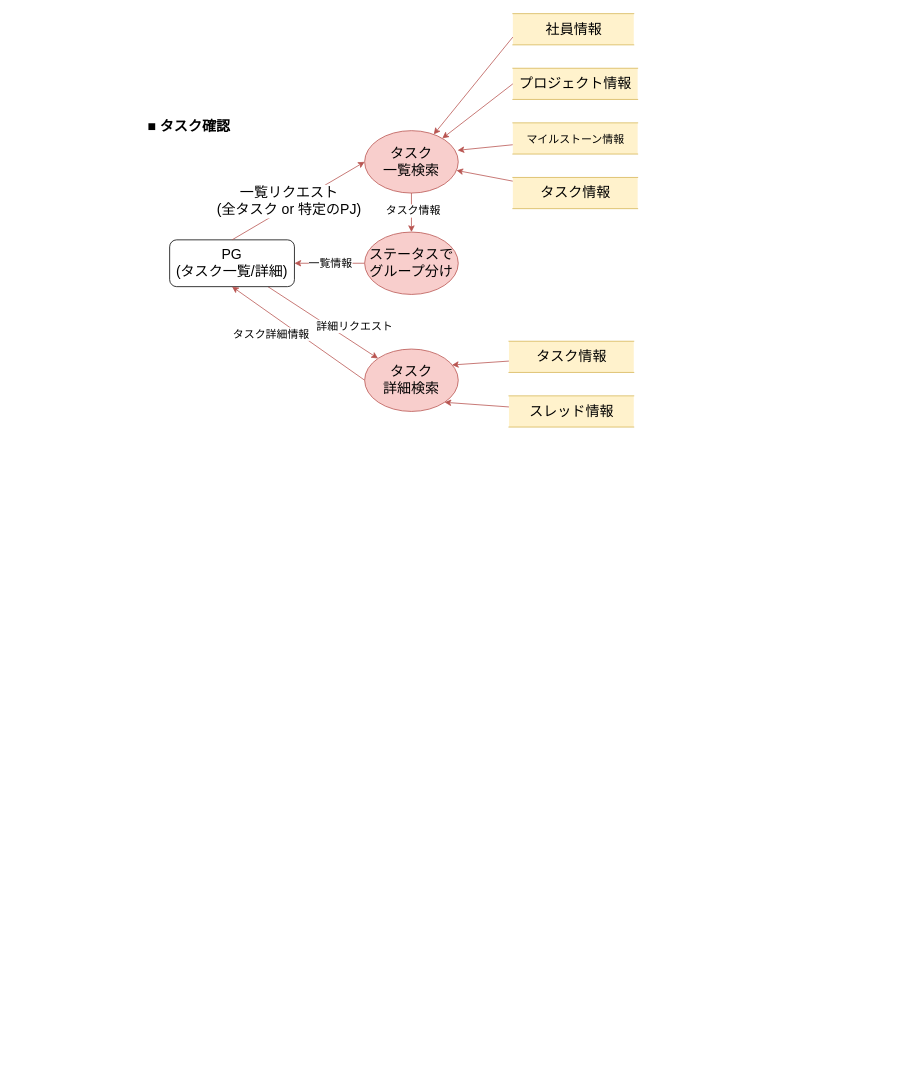
Earlier version of the draw.io diagram 56_DFD.drawio (EijiToriki/desigin_practice). Source tidied: cells renumbered, new cells numbered last; positions are measured from the earlier drawing's top-left corner, leaving out a move shared by most shapes. Both pictures are drawn from the tidied source at 78%, with x=0, y=0 at pixel (146, 13).
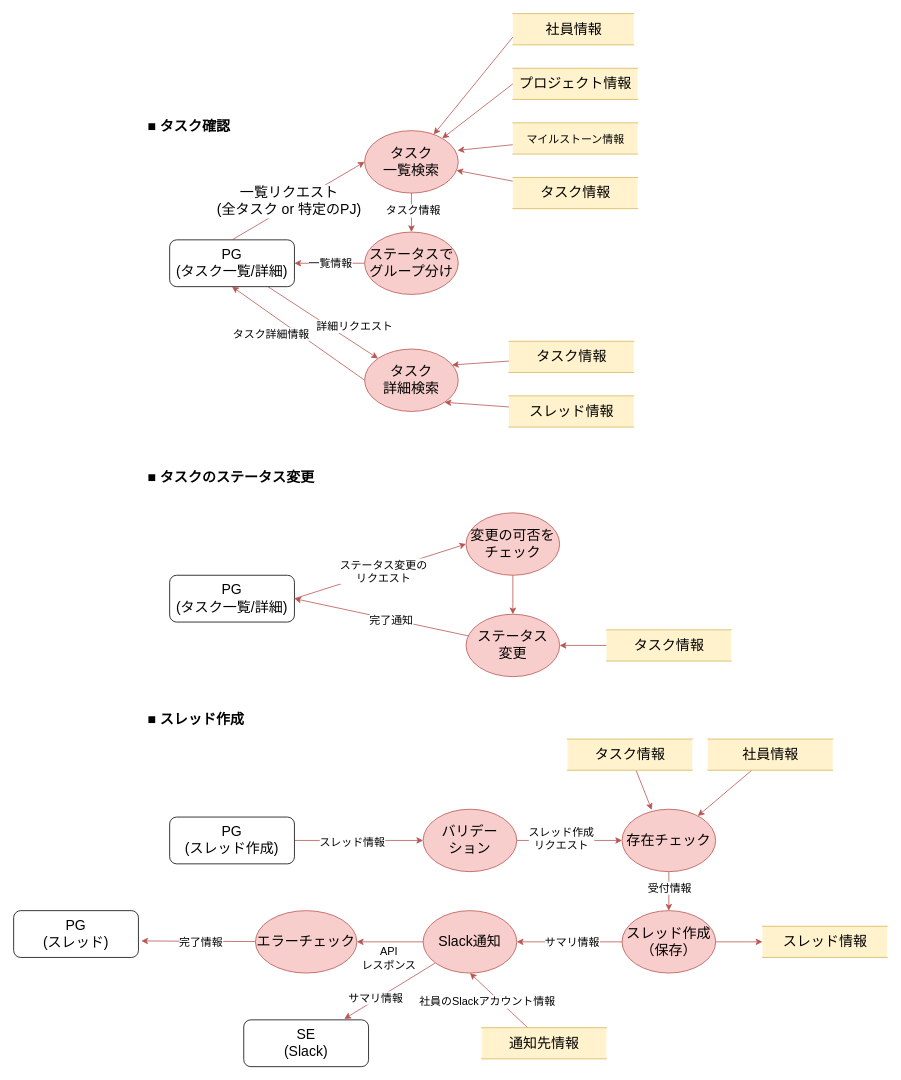
The same diagram, later.

Commit message (it also covers changes not shown here):
基本設計：DFD 完了

Diff of the diagram source:
```diff
@@
+    <mxCell id="29" value="&lt;font style=&quot;font-size: 18px;&quot;&gt;&lt;b&gt;■ タスクのステータス変更&lt;/b&gt;&lt;/font&gt;" style="text;html=1;strokeColor=none;fillColor=none;align=left;verticalAlign=middle;whiteSpace=wrap;rounded=0;" parent="1" vertex="1">
+      <mxGeometry y="580" width="240" height="30" as="geometry" />
+    </mxCell>
+    <mxCell id="30" value="PG&lt;br&gt;(タスク一覧/詳細)" style="rounded=1;whiteSpace=wrap;html=1;fontSize=18;" parent="1" vertex="1">
+      <mxGeometry x="30" y="720" width="160" height="60" as="geometry" />
+    </mxCell>
+    <mxCell id="31" style="edgeStyle=none;html=1;fillColor=#f8cecc;strokeColor=#b85450;" parent="1" edge="1" source="32" target="37">
+      <mxGeometry relative="1" as="geometry" />
+    </mxCell>
+    <mxCell id="32" value="変更の可否を&lt;br&gt;チェック" style="ellipse;whiteSpace=wrap;html=1;fontSize=18;fillColor=#f8cecc;strokeColor=#b85450;" parent="1" vertex="1">
+      <mxGeometry x="410" y="640" width="120" height="80" as="geometry" />
+    </mxCell>
+    <mxCell id="33" style="edgeStyle=none;html=1;fontSize=14;fillColor=#f8cecc;strokeColor=#b85450;exitX=1;exitY=0.5;exitDx=0;exitDy=0;entryX=0;entryY=0.5;entryDx=0;entryDy=0;" parent="1" edge="1" source="30" target="32">
+      <mxGeometry relative="1" as="geometry" />
+    </mxCell>
+    <mxCell id="34" value="ステータス変更の&lt;br&gt;リクエスト" style="edgeLabel;html=1;align=center;verticalAlign=middle;fontSize=14;" parent="33" vertex="1">
+      <mxGeometry x="0.14" y="2" relative="1" as="geometry">
+        <mxPoint x="-12" y="6" as="offset" />
+      </mxGeometry>
+    </mxCell>
+    <mxCell id="35" style="edgeStyle=none;html=1;entryX=1;entryY=0.5;entryDx=0;entryDy=0;fillColor=#f8cecc;strokeColor=#b85450;" parent="1" edge="1" source="37" target="30">
+      <mxGeometry relative="1" as="geometry" />
+    </mxCell>
+    <mxCell id="36" value="&lt;font style=&quot;font-size: 14px;&quot;&gt;完了通知&lt;/font&gt;" style="edgeLabel;html=1;align=center;verticalAlign=middle;" parent="35" vertex="1">
+      <mxGeometry x="-0.11" y="1" relative="1" as="geometry" />
+    </mxCell>
+    <mxCell id="37" value="ステータス&lt;br&gt;変更" style="ellipse;whiteSpace=wrap;html=1;fontSize=18;fillColor=#f8cecc;strokeColor=#b85450;" parent="1" vertex="1">
+      <mxGeometry x="410" y="770" width="120" height="80" as="geometry" />
+    </mxCell>
+    <mxCell id="38" style="edgeStyle=none;html=1;entryX=1;entryY=0.5;entryDx=0;entryDy=0;fillColor=#f8cecc;strokeColor=#b85450;" parent="1" edge="1" source="39" target="37">
+      <mxGeometry relative="1" as="geometry" />
+    </mxCell>
+    <mxCell id="39" value="タスク情報" style="html=1;dashed=0;whitespace=wrap;shape=partialRectangle;right=0;left=0;fontSize=18;fillColor=#fff2cc;strokeColor=#d6b656;" parent="1" vertex="1">
+      <mxGeometry x="590" y="790" width="160" height="40" as="geometry" />
+    </mxCell>
+    <mxCell id="40" value="&lt;font style=&quot;font-size: 18px;&quot;&gt;&lt;b&gt;■ スレッド作成&lt;/b&gt;&lt;/font&gt;" style="text;html=1;strokeColor=none;fillColor=none;align=left;verticalAlign=middle;whiteSpace=wrap;rounded=0;" parent="1" vertex="1">
+      <mxGeometry y="890" width="240" height="30" as="geometry" />
+    </mxCell>
+    <mxCell id="41" style="edgeStyle=none;html=1;entryX=0;entryY=0.5;entryDx=0;entryDy=0;fontSize=14;fillColor=#f8cecc;strokeColor=#b85450;" parent="1" edge="1" source="43" target="46">
+      <mxGeometry relative="1" as="geometry" />
+    </mxCell>
+    <mxCell id="42" value="スレッド情報" style="edgeLabel;html=1;align=center;verticalAlign=middle;fontSize=14;" parent="41" vertex="1">
+      <mxGeometry x="-0.12" y="-1" relative="1" as="geometry" />
+    </mxCell>
+    <mxCell id="43" value="PG&lt;br&gt;(スレッド作成)" style="rounded=1;whiteSpace=wrap;html=1;fontSize=18;" parent="1" vertex="1">
+      <mxGeometry x="30" y="1030" width="160" height="60" as="geometry" />
+    </mxCell>
+    <mxCell id="44" style="edgeStyle=none;html=1;entryX=0;entryY=0.5;entryDx=0;entryDy=0;fontSize=14;fillColor=#f8cecc;strokeColor=#b85450;" parent="1" edge="1" source="46" target="49">
+      <mxGeometry relative="1" as="geometry" />
+    </mxCell>
+    <mxCell id="45" value="スレッド作成&lt;br&gt;リクエスト" style="edgeLabel;html=1;align=center;verticalAlign=middle;fontSize=14;" parent="44" vertex="1">
+      <mxGeometry x="0.18" y="3" relative="1" as="geometry">
+        <mxPoint x="-24" as="offset" />
+      </mxGeometry>
+    </mxCell>
+    <mxCell id="46" value="バリデー&lt;br&gt;ション" style="ellipse;whiteSpace=wrap;html=1;fontSize=18;fillColor=#f8cecc;strokeColor=#b85450;" parent="1" vertex="1">
+      <mxGeometry x="355" y="1020" width="120" height="80" as="geometry" />
+    </mxCell>
+    <mxCell id="47" style="edgeStyle=none;html=1;entryX=0.5;entryY=0;entryDx=0;entryDy=0;fontSize=14;fillColor=#f8cecc;strokeColor=#b85450;" parent="1" edge="1" source="49" target="53">
+      <mxGeometry relative="1" as="geometry" />
+    </mxCell>
+    <mxCell id="48" value="受付情報" style="edgeLabel;html=1;align=center;verticalAlign=middle;fontSize=14;" parent="47" vertex="1">
+      <mxGeometry x="-0.53" y="-1" relative="1" as="geometry">
+        <mxPoint x="1" y="8" as="offset" />
+      </mxGeometry>
+    </mxCell>
+    <mxCell id="49" value="存在チェック" style="ellipse;whiteSpace=wrap;html=1;fontSize=18;fillColor=#f8cecc;strokeColor=#b85450;" parent="1" vertex="1">
+      <mxGeometry x="610" y="1020" width="120" height="80" as="geometry" />
+    </mxCell>
+    <mxCell id="50" style="edgeStyle=none;html=1;fontSize=14;fillColor=#f8cecc;strokeColor=#b85450;" parent="1" edge="1" source="53" target="58">
+      <mxGeometry relative="1" as="geometry" />
+    </mxCell>
+    <mxCell id="51" style="edgeStyle=none;html=1;fontSize=14;entryX=1;entryY=0.5;entryDx=0;entryDy=0;fillColor=#f8cecc;strokeColor=#b85450;" parent="1" edge="1" source="53" target="63">
+      <mxGeometry relative="1" as="geometry" />
+    </mxCell>
+    <mxCell id="52" value="サマリ情報" style="edgeLabel;html=1;align=center;verticalAlign=middle;fontSize=14;" parent="51" vertex="1">
+      <mxGeometry x="0.22" relative="1" as="geometry">
+        <mxPoint x="17" as="offset" />
+      </mxGeometry>
+    </mxCell>
+    <mxCell id="53" value="スレッド作成&lt;br&gt;（保存）" style="ellipse;whiteSpace=wrap;html=1;fontSize=18;fillColor=#f8cecc;strokeColor=#b85450;" parent="1" vertex="1">
+      <mxGeometry x="610" y="1150" width="120" height="80" as="geometry" />
+    </mxCell>
+    <mxCell id="54" style="edgeStyle=none;html=1;entryX=0.317;entryY=0.01;entryDx=0;entryDy=0;entryPerimeter=0;fontSize=14;fillColor=#f8cecc;strokeColor=#b85450;" parent="1" edge="1" source="55" target="49">
+      <mxGeometry relative="1" as="geometry" />
+    </mxCell>
+    <mxCell id="55" value="タスク情報" style="html=1;dashed=0;whitespace=wrap;shape=partialRectangle;right=0;left=0;fontSize=18;fillColor=#fff2cc;strokeColor=#d6b656;" parent="1" vertex="1">
+      <mxGeometry x="540" y="930" width="160" height="40" as="geometry" />
+    </mxCell>
+    <mxCell id="56" style="edgeStyle=none;html=1;fontSize=14;fillColor=#f8cecc;strokeColor=#b85450;" parent="1" edge="1" source="57" target="49">
+      <mxGeometry relative="1" as="geometry" />
+    </mxCell>
+    <mxCell id="57" value="社員情報" style="html=1;dashed=0;whitespace=wrap;shape=partialRectangle;right=0;left=0;fontSize=18;fillColor=#fff2cc;strokeColor=#d6b656;" parent="1" vertex="1">
+      <mxGeometry x="720" y="930" width="160" height="40" as="geometry" />
+    </mxCell>
+    <mxCell id="58" value="スレッド情報" style="html=1;dashed=0;whitespace=wrap;shape=partialRectangle;right=0;left=0;fontSize=18;fillColor=#fff2cc;strokeColor=#d6b656;" parent="1" vertex="1">
+      <mxGeometry x="790" y="1170" width="160" height="40" as="geometry" />
+    </mxCell>
+    <mxCell id="59" style="edgeStyle=none;html=1;fontSize=14;fillColor=#f8cecc;strokeColor=#b85450;" parent="1" edge="1" source="63" target="69">
+      <mxGeometry relative="1" as="geometry" />
+    </mxCell>
+    <mxCell id="60" value="API&lt;br&gt;レスポンス" style="edgeLabel;html=1;align=center;verticalAlign=middle;fontSize=14;" parent="59" vertex="1">
+      <mxGeometry x="0.32" relative="1" as="geometry">
+        <mxPoint x="11" y="20" as="offset" />
+      </mxGeometry>
+    </mxCell>
+    <mxCell id="61" style="edgeStyle=none;html=1;entryX=0.806;entryY=-0.02;entryDx=0;entryDy=0;entryPerimeter=0;fontSize=14;fillColor=#f8cecc;strokeColor=#b85450;" parent="1" edge="1" source="63" target="71">
+      <mxGeometry relative="1" as="geometry" />
+    </mxCell>
+    <mxCell id="62" value="サマリ情報" style="edgeLabel;html=1;align=center;verticalAlign=middle;fontSize=14;" parent="61" vertex="1">
+      <mxGeometry x="0.3" y="-3" relative="1" as="geometry" />
+    </mxCell>
+    <mxCell id="63" value="Slack通知" style="ellipse;whiteSpace=wrap;html=1;fontSize=18;fillColor=#f8cecc;strokeColor=#b85450;" parent="1" vertex="1">
+      <mxGeometry x="355" y="1150" width="120" height="80" as="geometry" />
+    </mxCell>
+    <mxCell id="64" style="edgeStyle=none;html=1;entryX=0.5;entryY=1;entryDx=0;entryDy=0;fontSize=14;fillColor=#f8cecc;strokeColor=#b85450;" parent="1" edge="1" source="66" target="63">
+      <mxGeometry relative="1" as="geometry" />
+    </mxCell>
+    <mxCell id="65" value="社員のSlackアカウント情報" style="edgeLabel;html=1;align=center;verticalAlign=middle;fontSize=14;" parent="64" vertex="1">
+      <mxGeometry x="0.41" y="1" relative="1" as="geometry">
+        <mxPoint x="1" y="15" as="offset" />
+      </mxGeometry>
+    </mxCell>
+    <mxCell id="66" value="通知先情報" style="html=1;dashed=0;whitespace=wrap;shape=partialRectangle;right=0;left=0;fontSize=18;fillColor=#fff2cc;strokeColor=#d6b656;" parent="1" vertex="1">
+      <mxGeometry x="430" y="1300" width="160" height="40" as="geometry" />
+    </mxCell>
+    <mxCell id="67" style="edgeStyle=none;html=1;entryX=1.023;entryY=0.647;entryDx=0;entryDy=0;fontSize=14;fillColor=#f8cecc;strokeColor=#b85450;entryPerimeter=0;" parent="1" edge="1" source="69" target="70">
+      <mxGeometry relative="1" as="geometry" />
+    </mxCell>
+    <mxCell id="68" value="完了情報" style="edgeLabel;html=1;align=center;verticalAlign=middle;fontSize=14;" parent="67" vertex="1">
+      <mxGeometry x="-0.29" y="1" relative="1" as="geometry">
+        <mxPoint x="-18" as="offset" />
+      </mxGeometry>
+    </mxCell>
+    <mxCell id="69" value="エラーチェック" style="ellipse;whiteSpace=wrap;html=1;fontSize=18;fillColor=#f8cecc;strokeColor=#b85450;" parent="1" vertex="1">
+      <mxGeometry x="140" y="1150" width="130" height="80" as="geometry" />
+    </mxCell>
+    <mxCell id="70" value="PG&lt;br&gt;(スレッド)" style="rounded=1;whiteSpace=wrap;html=1;fontSize=18;" parent="1" vertex="1">
+      <mxGeometry x="-170" y="1150" width="160" height="60" as="geometry" />
+    </mxCell>
+    <mxCell id="71" value="SE&lt;br&gt;(Slack)" style="rounded=1;whiteSpace=wrap;html=1;fontSize=18;" parent="1" vertex="1">
+      <mxGeometry x="125" y="1290" width="160" height="60" as="geometry" />
+    </mxCell>
```
